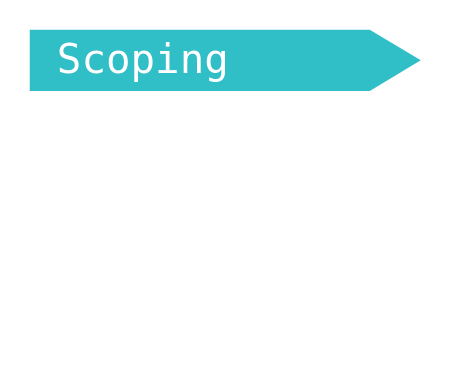
This is issue/UserJourneyMapTemplate.drawio from jalja27/gc_uml, a draw.io file, before an edit. Source tidied: cells renumbered, new cells numbered last; positions are measured from the earlier drawing's top-left corner, leaving out a move shared by most shapes. Both pictures are drawn from the tidied source at 170%, with x=0, y=0 at pixel (29, 29).
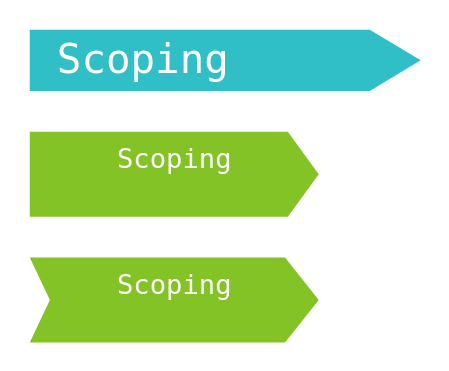
After the change.

Diff of the diagram source:
```diff
@@
 <mxGraphModel>
   <root>
     <mxCell id="0" />
     <mxCell id="1" parent="0" />
     <mxCell id="2" value="&lt;div style=&quot;text-align: left&quot;&gt;&lt;span style=&quot;font-size: 24px ; color: rgb(255 , 255 , 255) ; font-family: &amp;#34;lucida console&amp;#34;&quot;&gt;&amp;nbsp;Scoping&lt;/span&gt;&lt;/div&gt;" style="html=1;shadow=0;dashed=0;align=left;verticalAlign=middle;shape=mxgraph.arrows2.arrow;dy=0;dx=30;notch=0;fillColor=#30BEC7;strokeColor=none;" parent="1" vertex="1">
       <mxGeometry width="230" height="36" as="geometry" />
     </mxCell>
+    <mxCell id="3" value="&lt;div style=&quot;text-align: left&quot;&gt;&lt;span style=&quot;color: rgb(255 , 255 , 255) ; font-family: &amp;#34;lucida console&amp;#34;&quot;&gt;&lt;font style=&quot;font-size: 16px&quot;&gt;Scoping&lt;/font&gt;&lt;/span&gt;&lt;/div&gt;" style="html=1;shadow=0;dashed=0;align=center;verticalAlign=top;shape=mxgraph.arrows2.arrow;dy=0;dx=18.17;notch=0;fillColor=#83C326;strokeColor=none;" parent="1" vertex="1">
+      <mxGeometry y="60" width="170" height="50" as="geometry" />
+    </mxCell>
+    <mxCell id="4" value="&lt;div style=&quot;text-align: left&quot;&gt;&lt;span style=&quot;color: rgb(255 , 255 , 255) ; font-family: &amp;#34;lucida console&amp;#34;&quot;&gt;&lt;font style=&quot;font-size: 16px&quot;&gt;Scoping&lt;/font&gt;&lt;/span&gt;&lt;/div&gt;" style="html=1;shadow=0;dashed=0;align=center;verticalAlign=top;shape=mxgraph.arrows2.arrow;dy=0;dx=19.83;notch=11.83;fillColor=#83C326;strokeColor=none;" parent="1" vertex="1">
+      <mxGeometry y="134" width="170" height="50" as="geometry" />
+    </mxCell>
   </root>
 </mxGraphModel>
```
